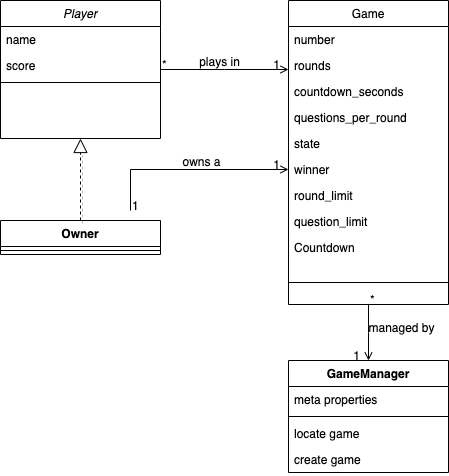
Above: docs/coronivia.png in coolcoastcat/coronivia (draw.io), before the change. Source tidied: cells renumbered, new cells last; positions are measured from the earlier drawing's top-left corner, leaving out a move shared by most shapes.
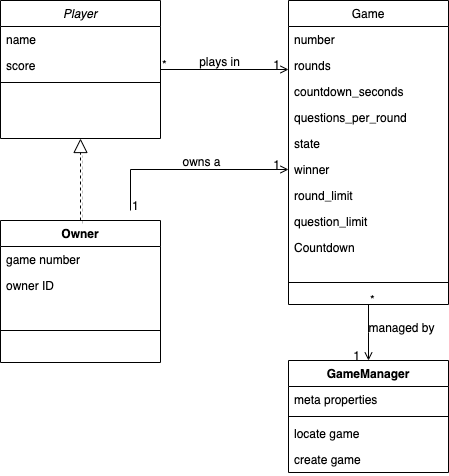
The same diagram one commit later.

Change to the diagram source:
```diff
@@ -68,10 +68,16 @@
       </mxGeometry>
     </mxCell>
     <mxCell id="21" value="Owner" style="swimlane;fontStyle=1;align=center;verticalAlign=top;horizontal=1;startSize=26;" parent="1" vertex="1">
-      <mxGeometry y="220" width="160" height="34" as="geometry" />
+      <mxGeometry y="220" width="160" height="142" as="geometry" />
     </mxCell>
+    <mxCell id="37" value="game number" style="text;align=left;verticalAlign=top;spacingLeft=4;spacingRight=4;overflow=hidden;" parent="21" vertex="1">
+      <mxGeometry y="26" width="160" height="26" as="geometry" />
+    </mxCell>
+    <mxCell id="38" value="owner ID" style="text;align=left;verticalAlign=top;spacingLeft=4;spacingRight=4;overflow=hidden;" parent="21" vertex="1">
+      <mxGeometry y="52" width="160" height="26" as="geometry" />
+    </mxCell>
     <mxCell id="22" style="line;strokeWidth=1;fillColor=none;align=left;verticalAlign=middle;spacingTop=-1;spacingLeft=3;spacingRight=3;labelPosition=right;" parent="21" vertex="1">
-      <mxGeometry y="26" width="160" height="8" as="geometry" />
+      <mxGeometry y="78" width="160" height="64" as="geometry" />
     </mxCell>
     <mxCell id="23" style="endArrow=block;dashed=1;endFill=0;endSize=12;html=1;shadow=1;entryX=0.5;entryY=1;entryDx=0;entryDy=0;exitX=0.5;exitY=0;exitDx=0;exitDy=0;" parent="1" edge="1" source="21" target="2">
       <mxGeometry relative="1" as="geometry" />
```
